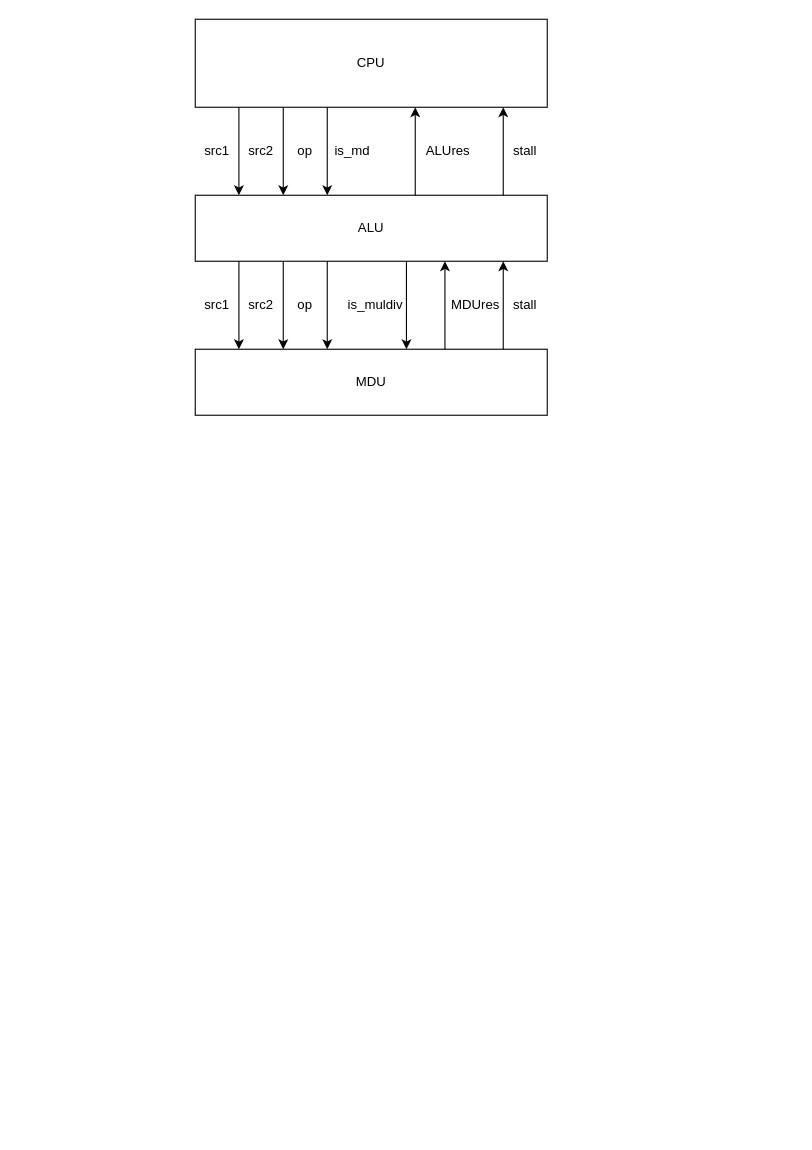
Before: difftes.drawio in Ziyue-Zhang/thesis-picture, a draw.io diagram. Source tidied: cells renumbered, new cells numbered last; positions are measured from the earlier drawing's top-left corner, leaving out a move shared by most shapes. Both pictures are drawn from the tidied source at 110%, with x=0, y=0 at pixel (195, 19).
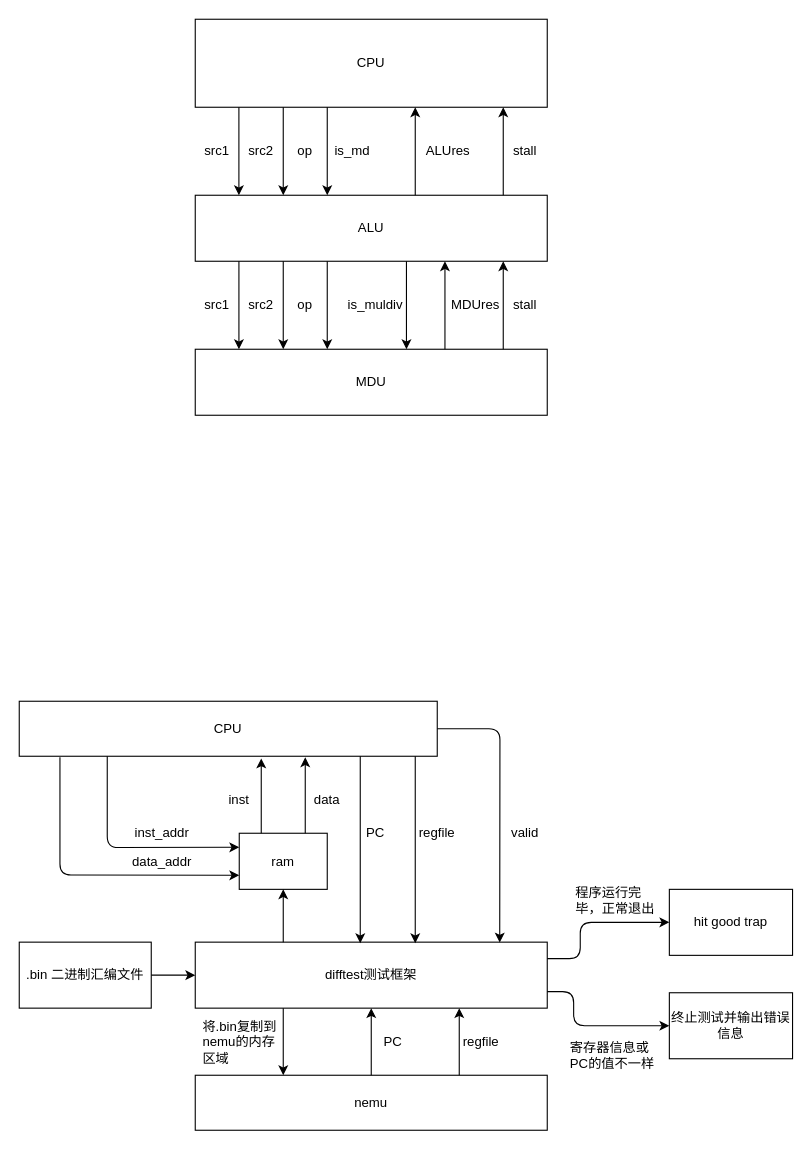
Above is the later version.

What changed in the source:
```diff
@@
+    <mxCell id="28" value="difftest测试框架" style="rounded=0;whiteSpace=wrap;html=1;" parent="1" vertex="1">
+      <mxGeometry y="839" width="320" height="60" as="geometry" />
+    </mxCell>
+    <mxCell id="29" value="ram" style="rounded=0;whiteSpace=wrap;html=1;" parent="1" vertex="1">
+      <mxGeometry x="40" y="740" width="80" height="51" as="geometry" />
+    </mxCell>
+    <mxCell id="30" value="CPU" style="rounded=0;whiteSpace=wrap;html=1;" parent="1" vertex="1">
+      <mxGeometry x="-160" y="620" width="380" height="50" as="geometry" />
+    </mxCell>
+    <mxCell id="31" value=".bin 二进制汇编文件" style="rounded=0;whiteSpace=wrap;html=1;" parent="1" vertex="1">
+      <mxGeometry x="-160" y="839" width="120" height="60" as="geometry" />
+    </mxCell>
+    <mxCell id="32" style="endArrow=classic;html=1;exitX=1;exitY=0.5;exitDx=0;exitDy=0;entryX=0;entryY=0.5;entryDx=0;entryDy=0;" parent="1" edge="1" source="31" target="28">
+      <mxGeometry relative="1" as="geometry" />
+    </mxCell>
+    <mxCell id="33" style="endArrow=classic;html=1;entryX=0.5;entryY=1;entryDx=0;entryDy=0;exitX=0.25;exitY=0;exitDx=0;exitDy=0;" parent="1" edge="1" source="28" target="29">
+      <mxGeometry relative="1" as="geometry" />
+    </mxCell>
+    <mxCell id="34" value="nemu" style="rounded=0;whiteSpace=wrap;html=1;" parent="1" vertex="1">
+      <mxGeometry y="960" width="320" height="50" as="geometry" />
+    </mxCell>
+    <mxCell id="35" style="endArrow=classic;html=1;entryX=0;entryY=0.75;entryDx=0;entryDy=0;" parent="1" edge="1" target="29">
+      <mxGeometry relative="1" as="geometry">
+        <mxPoint x="-123" y="671" as="sourcePoint" />
+        <Array as="points">
+          <mxPoint x="-123" y="778" />
+        </Array>
+      </mxGeometry>
+    </mxCell>
+    <mxCell id="36" style="endArrow=classic;html=1;entryX=0;entryY=0.25;entryDx=0;entryDy=0;" parent="1" edge="1" target="29">
+      <mxGeometry relative="1" as="geometry">
+        <mxPoint x="-80" y="670" as="sourcePoint" />
+        <Array as="points">
+          <mxPoint x="-80" y="753" />
+        </Array>
+      </mxGeometry>
+    </mxCell>
+    <mxCell id="37" style="endArrow=classic;html=1;exitX=0.75;exitY=0;exitDx=0;exitDy=0;" parent="1" edge="1" source="29">
+      <mxGeometry relative="1" as="geometry">
+        <mxPoint x="100" y="671" as="targetPoint" />
+      </mxGeometry>
+    </mxCell>
+    <mxCell id="38" style="endArrow=classic;html=1;exitX=0.25;exitY=0;exitDx=0;exitDy=0;" parent="1" edge="1" source="29">
+      <mxGeometry relative="1" as="geometry">
+        <mxPoint x="60" y="672" as="targetPoint" />
+      </mxGeometry>
+    </mxCell>
+    <mxCell id="39" value="inst_addr" style="text;html=1;strokeColor=none;fillColor=none;align=center;verticalAlign=middle;whiteSpace=wrap;rounded=0;" parent="1" vertex="1">
+      <mxGeometry x="-60" y="730" width="60" height="20" as="geometry" />
+    </mxCell>
+    <mxCell id="40" value="data_addr" style="text;html=1;strokeColor=none;fillColor=none;align=center;verticalAlign=middle;whiteSpace=wrap;rounded=0;" parent="1" vertex="1">
+      <mxGeometry x="-60" y="755.5" width="60" height="20" as="geometry" />
+    </mxCell>
+    <mxCell id="41" value="inst" style="text;html=1;strokeColor=none;fillColor=none;align=center;verticalAlign=middle;whiteSpace=wrap;rounded=0;" parent="1" vertex="1">
+      <mxGeometry x="10" y="700" width="60" height="20" as="geometry" />
+    </mxCell>
+    <mxCell id="42" value="data" style="text;html=1;strokeColor=none;fillColor=none;align=center;verticalAlign=middle;whiteSpace=wrap;rounded=0;" parent="1" vertex="1">
+      <mxGeometry x="90" y="700" width="60" height="20" as="geometry" />
+    </mxCell>
+    <mxCell id="43" style="endArrow=classic;html=1;exitX=0.25;exitY=1;exitDx=0;exitDy=0;entryX=0.25;entryY=0;entryDx=0;entryDy=0;" parent="1" edge="1" source="28" target="34">
+      <mxGeometry relative="1" as="geometry" />
+    </mxCell>
+    <mxCell id="44" style="endArrow=classic;html=1;exitX=0.5;exitY=0;exitDx=0;exitDy=0;entryX=0.5;entryY=1;entryDx=0;entryDy=0;" parent="1" edge="1" source="34" target="28">
+      <mxGeometry relative="1" as="geometry" />
+    </mxCell>
+    <mxCell id="45" style="endArrow=classic;html=1;exitX=0.75;exitY=0;exitDx=0;exitDy=0;entryX=0.5;entryY=1;entryDx=0;entryDy=0;" parent="1" edge="1" source="34">
+      <mxGeometry relative="1" as="geometry">
+        <mxPoint x="240" y="899" as="targetPoint" />
+      </mxGeometry>
+    </mxCell>
+    <mxCell id="46" style="endArrow=classic;html=1;" parent="1" edge="1">
+      <mxGeometry relative="1" as="geometry">
+        <mxPoint x="150" y="670" as="sourcePoint" />
+        <mxPoint x="150" y="840" as="targetPoint" />
+      </mxGeometry>
+    </mxCell>
+    <mxCell id="47" style="endArrow=classic;html=1;exitX=1;exitY=0.5;exitDx=0;exitDy=0;entryX=0.865;entryY=0.006;entryDx=0;entryDy=0;entryPerimeter=0;" parent="1" edge="1" source="30" target="28">
+      <mxGeometry relative="1" as="geometry">
+        <Array as="points">
+          <mxPoint x="277" y="645" />
+        </Array>
+      </mxGeometry>
+    </mxCell>
+    <mxCell id="48" style="endArrow=classic;html=1;" parent="1" edge="1">
+      <mxGeometry relative="1" as="geometry">
+        <mxPoint x="200" y="670" as="sourcePoint" />
+        <mxPoint x="200" y="840" as="targetPoint" />
+      </mxGeometry>
+    </mxCell>
+    <mxCell id="49" value="PC" style="text;html=1;strokeColor=none;fillColor=none;align=center;verticalAlign=middle;whiteSpace=wrap;rounded=0;" parent="1" vertex="1">
+      <mxGeometry x="160" y="920" width="40" height="20" as="geometry" />
+    </mxCell>
+    <mxCell id="50" value="PC" style="text;html=1;strokeColor=none;fillColor=none;align=center;verticalAlign=middle;whiteSpace=wrap;rounded=0;" parent="1" vertex="1">
+      <mxGeometry x="144" y="730" width="40" height="20" as="geometry" />
+    </mxCell>
+    <mxCell id="51" value="regfile" style="text;html=1;strokeColor=none;fillColor=none;align=center;verticalAlign=middle;whiteSpace=wrap;rounded=0;" parent="1" vertex="1">
+      <mxGeometry x="200" y="730" width="40" height="20" as="geometry" />
+    </mxCell>
+    <mxCell id="52" value="regfile" style="text;html=1;strokeColor=none;fillColor=none;align=center;verticalAlign=middle;whiteSpace=wrap;rounded=0;" parent="1" vertex="1">
+      <mxGeometry x="240" y="920" width="40" height="20" as="geometry" />
+    </mxCell>
+    <mxCell id="53" value="valid" style="text;html=1;strokeColor=none;fillColor=none;align=center;verticalAlign=middle;whiteSpace=wrap;rounded=0;" parent="1" vertex="1">
+      <mxGeometry x="280" y="730" width="40" height="20" as="geometry" />
+    </mxCell>
+    <mxCell id="54" value="将.bin复制到nemu的内存区域" style="text;html=1;strokeColor=none;fillColor=none;align=left;verticalAlign=middle;whiteSpace=wrap;rounded=0;" parent="1" vertex="1">
+      <mxGeometry x="5" y="915" width="70" height="30" as="geometry" />
+    </mxCell>
+    <mxCell id="55" value="hit good trap" style="rounded=0;whiteSpace=wrap;html=1;" parent="1" vertex="1">
+      <mxGeometry x="431" y="791" width="112" height="60" as="geometry" />
+    </mxCell>
+    <mxCell id="56" value="终止测试并输出错误信息" style="rounded=0;whiteSpace=wrap;html=1;" parent="1" vertex="1">
+      <mxGeometry x="431" y="885" width="112" height="60" as="geometry" />
+    </mxCell>
+    <mxCell id="57" style="endArrow=classic;html=1;exitX=1;exitY=0.75;exitDx=0;exitDy=0;entryX=0;entryY=0.5;entryDx=0;entryDy=0;" parent="1" edge="1" source="28" target="56">
+      <mxGeometry relative="1" as="geometry">
+        <Array as="points">
+          <mxPoint x="344" y="884" />
+          <mxPoint x="344" y="915" />
+        </Array>
+      </mxGeometry>
+    </mxCell>
+    <mxCell id="58" style="endArrow=classic;html=1;exitX=1;exitY=0.25;exitDx=0;exitDy=0;entryX=0;entryY=0.5;entryDx=0;entryDy=0;" parent="1" edge="1" source="28" target="55">
+      <mxGeometry relative="1" as="geometry">
+        <Array as="points">
+          <mxPoint x="350" y="854" />
+          <mxPoint x="350" y="821" />
+        </Array>
+      </mxGeometry>
+    </mxCell>
+    <mxCell id="59" value="寄存器信息或PC的值不一样" style="text;html=1;strokeColor=none;fillColor=none;align=left;verticalAlign=middle;whiteSpace=wrap;rounded=0;" parent="1" vertex="1">
+      <mxGeometry x="339" y="920" width="79" height="43" as="geometry" />
+    </mxCell>
+    <mxCell id="60" value="程序运行完毕，正常退出" style="text;html=1;strokeColor=none;fillColor=none;align=left;verticalAlign=middle;whiteSpace=wrap;rounded=0;" parent="1" vertex="1">
+      <mxGeometry x="344" y="779" width="79" height="43" as="geometry" />
+    </mxCell>
```
